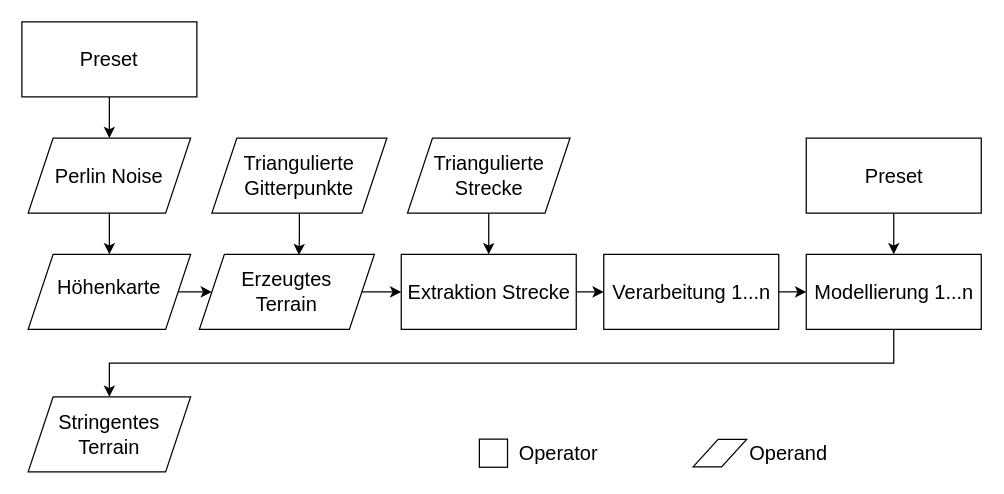
Above: page "Page-10" (9 of 10) of Untitled Diagram.drawio in IMGSaibh/Links (draw.io), before the change. Source tidied: cells renumbered, new cells numbered last; positions are measured from the earlier drawing's top-left corner, leaving out a move shared by most shapes. Both pictures are drawn from the tidied source at 125%, with x=0, y=0 at pixel (21, 21).
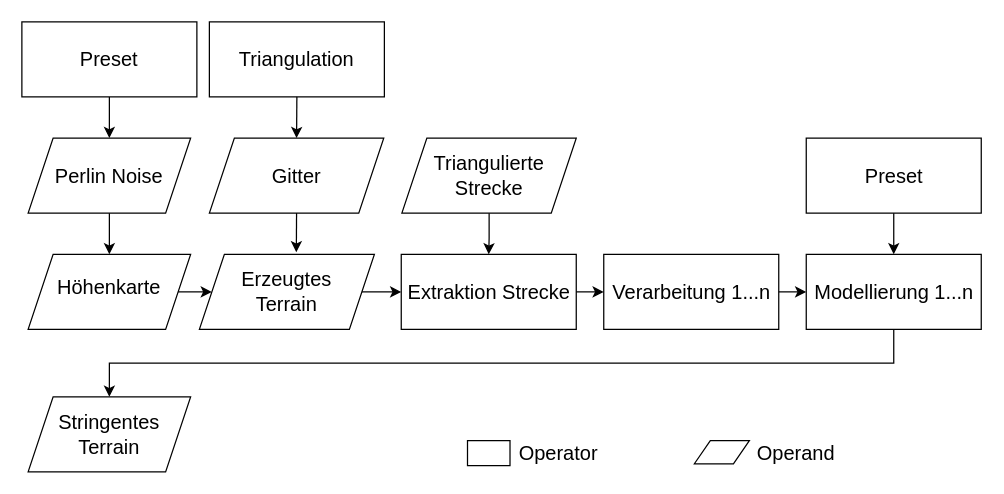
The same page after the edit.

The change refers to these unchanged cells:
```xml
<mxCell id="20" value="&lt;div&gt;&lt;font style=&quot;font-size: 16px;&quot;&gt;Erzeugtes&lt;/font&gt;&lt;/div&gt;&lt;div&gt;&lt;font style=&quot;font-size: 16px;&quot;&gt;Terrain&lt;/font&gt;&lt;/div&gt;" style="shape=parallelogram;perimeter=parallelogramPerimeter;whiteSpace=wrap;html=1;fixedSize=1;fontSize=16;fillColor=none;" parent="1" vertex="1">
  <mxGeometry x="142" y="186" width="140" height="60" as="geometry" />
</mxCell>
```

The edit, as a diff of the source:
```diff
@@
-    <mxCell id="2" style="shape=parallelogram;perimeter=parallelogramPerimeter;whiteSpace=wrap;html=1;fixedSize=1;fontSize=16;fillColor=none;" parent="1" vertex="1">
-      <mxGeometry x="537" y="334" width="42.8" height="22" as="geometry" />
+    <mxCell id="2" style="shape=parallelogram;perimeter=parallelogramPerimeter;whiteSpace=wrap;html=1;fixedSize=1;fontSize=16;fillColor=none;size=12.761904761904589;" parent="1" vertex="1">
+      <mxGeometry x="538" y="335" width="44" height="18.5" as="geometry" />
     </mxCell>
@@
     <mxCell id="5" value="Triangulierte Strecke" style="shape=parallelogram;perimeter=parallelogramPerimeter;whiteSpace=wrap;html=1;fixedSize=1;fontSize=16;fillColor=none;" parent="1" vertex="1">
-      <mxGeometry x="308.5" y="93" width="130" height="60" as="geometry" />
+      <mxGeometry x="304" y="93" width="139.5" height="60" as="geometry" />
     </mxCell>
@@
-    <mxCell id="12" style="whiteSpace=wrap;html=1;fontSize=16;fillColor=none;" parent="1" vertex="1">
-      <mxGeometry x="366" y="333.8" width="22.5" height="22.5" as="geometry" />
-    </mxCell>
@@
     <mxCell id="14" value="Operand" style="text;html=1;strokeColor=none;fillColor=none;align=center;verticalAlign=middle;whiteSpace=wrap;rounded=0;fontSize=16;" parent="1" vertex="1">
-      <mxGeometry x="564" y="330" width="99" height="30" as="geometry" />
+      <mxGeometry x="570" y="330" width="99" height="30" as="geometry" />
     </mxCell>
@@
-    <mxCell id="17" style="edgeStyle=orthogonalEdgeStyle;rounded=0;jettySize=auto;html=1;entryX=0.569;entryY=0.01;entryDx=0;entryDy=0;entryPerimeter=0;" parent="1" edge="1" source="18" target="20">
-      <mxGeometry relative="1" as="geometry" />
-    </mxCell>
-    <mxCell id="18" value="&lt;font style=&quot;font-size: 16px;&quot;&gt;Triangulierte Gitterpunkte&lt;/font&gt;" style="shape=parallelogram;perimeter=parallelogramPerimeter;whiteSpace=wrap;html=1;fixedSize=1;fontSize=16;fillColor=none;" parent="1" vertex="1">
-      <mxGeometry x="152" y="93" width="140" height="60" as="geometry" />
-    </mxCell>
@@
+    <mxCell id="27" style="rounded=0;whiteSpace=wrap;html=1;fillColor=none;" parent="1" vertex="1">
+      <mxGeometry x="356.5" y="335" width="34" height="20" as="geometry" />
+    </mxCell>
+    <mxCell id="28" style="edgeStyle=orthogonalEdgeStyle;rounded=0;jettySize=auto;html=1;exitX=0.5;exitY=1;exitDx=0;exitDy=0;entryX=0.5;entryY=0;entryDx=0;entryDy=0;fontSize=16;" parent="1" edge="1" source="29" target="31">
+      <mxGeometry relative="1" as="geometry" />
+    </mxCell>
+    <mxCell id="29" value="&lt;font style=&quot;font-size: 16px;&quot;&gt;Triangulation &lt;/font&gt;" style="text;html=1;strokeColor=default;fillColor=none;align=center;verticalAlign=middle;whiteSpace=wrap;rounded=0;" parent="1" vertex="1">
+      <mxGeometry x="150" width="140" height="60" as="geometry" />
+    </mxCell>
+    <mxCell id="30" style="edgeStyle=orthogonalEdgeStyle;rounded=0;jettySize=auto;html=1;exitX=0.5;exitY=1;exitDx=0;exitDy=0;entryX=0.554;entryY=-0.028;entryDx=0;entryDy=0;entryPerimeter=0;fontSize=16;" parent="1" edge="1" source="31" target="20">
+      <mxGeometry relative="1" as="geometry" />
+    </mxCell>
+    <mxCell id="31" value="&lt;font style=&quot;font-size: 16px;&quot;&gt;Gitter&lt;/font&gt;" style="shape=parallelogram;perimeter=parallelogramPerimeter;whiteSpace=wrap;html=1;fixedSize=1;fontSize=16;fillColor=none;" parent="1" vertex="1">
+      <mxGeometry x="150" y="93" width="139.5" height="60" as="geometry" />
+    </mxCell>
```
